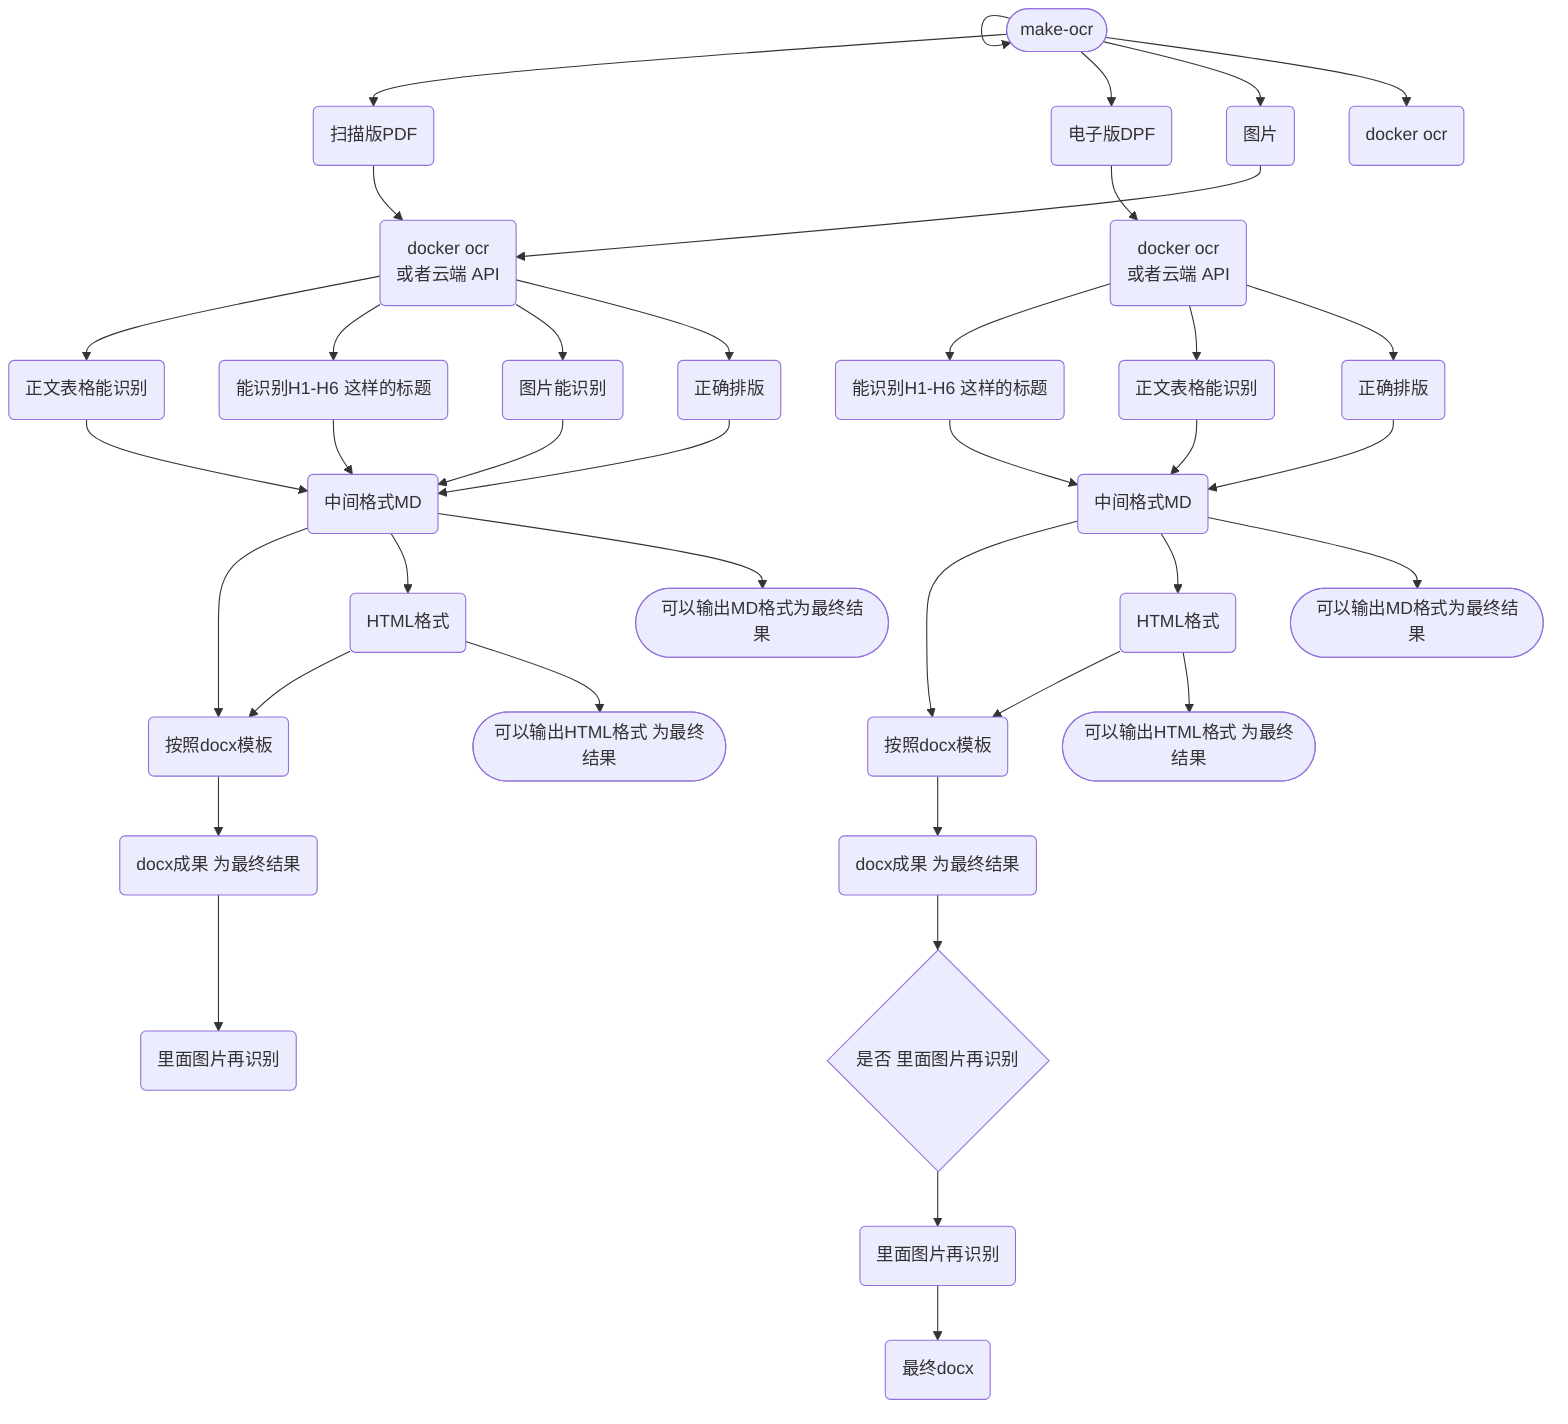
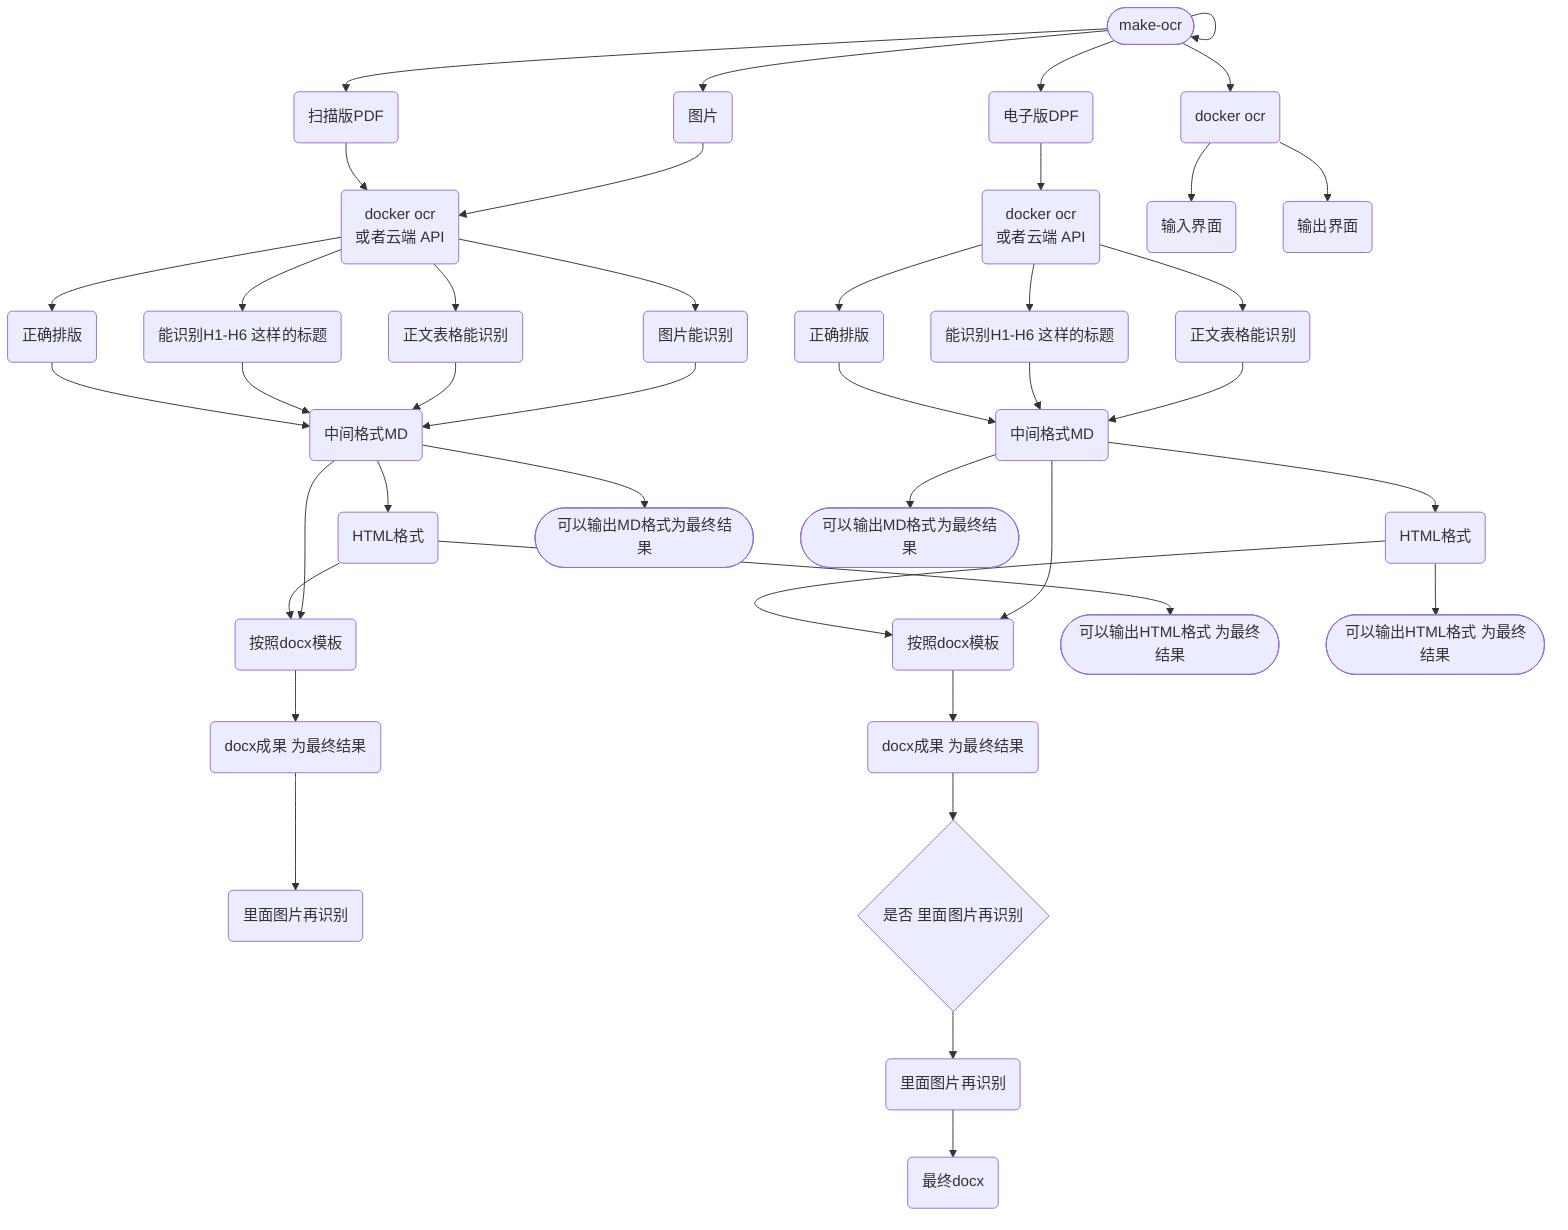
flowchart TD
  n_0(["make-ocr"])
  n_1("扫描版PDF")
  n_2("电子版DPF")
  n_3("docker ocr<br/>或者云端 API")
  n_4("图片")
  n_5("能识别H1-H6 这样的标题")
  n_6("正文表格能识别")
  n_7("图片能识别")
  n_8("按照docx模板")
  n_9("里面图片再识别")
  n_10("docx成果 为最终结果")
  n_11("中间格式MD")
  n_12("HTML格式")
  n_13("docker ocr<br/>或者云端 API")
  n_14("能识别H1-H6 这样的标题")
  n_15("正文表格能识别")
  n_16("按照docx模板")
  n_17("docx成果 为最终结果")
  n_18("中间格式MD")
  n_19("HTML格式")
  n_20("最终docx")
  n_21("里面图片再识别")
  n_22{"是否 里面图片再识别"}
  n_23("正确排版")
  n_24("正确排版")
  n_25(["可以输出MD格式为最终结果"])
  n_26(["可以输出MD格式为最终结果"])
  n_27(["可以输出HTML格式 为最终结果"])
  n_28(["可以输出HTML格式 为最终结果"])
  n_29("docker ocr")
+   n_30("输入界面")
+   n_31("输出界面")
  n_0 --> n_0
  n_0 --> n_1
  n_0 --> n_2
  n_0 --> n_4
  n_11 --> n_8
  n_11 --> n_12
  n_12 --> n_8
  n_8 --> n_10
  n_10 --> n_9
  n_18 --> n_16
  n_18 --> n_19
  n_19 --> n_16
  n_16 --> n_17
  n_4 --> n_3
  n_1 --> n_3
  n_2 --> n_13
  n_13 --> n_14
  n_13 --> n_15
  n_15 --> n_18
  n_14 --> n_18
  n_7 --> n_11
  n_6 --> n_11
  n_5 --> n_11
  n_3 --> n_6
  n_21 --> n_20
  n_17 --> n_22
  n_22 --> n_21
  n_3 --> n_5
  n_3 --> n_7
  n_3 --> n_23
  n_23 --> n_11
  n_13 --> n_24
  n_24 --> n_18
  n_11 --> n_25
  n_18 --> n_26
  n_12 --> n_27
  n_19 --> n_28
  n_0 --> n_29
+   n_29 --> n_30
+   n_29 --> n_31
